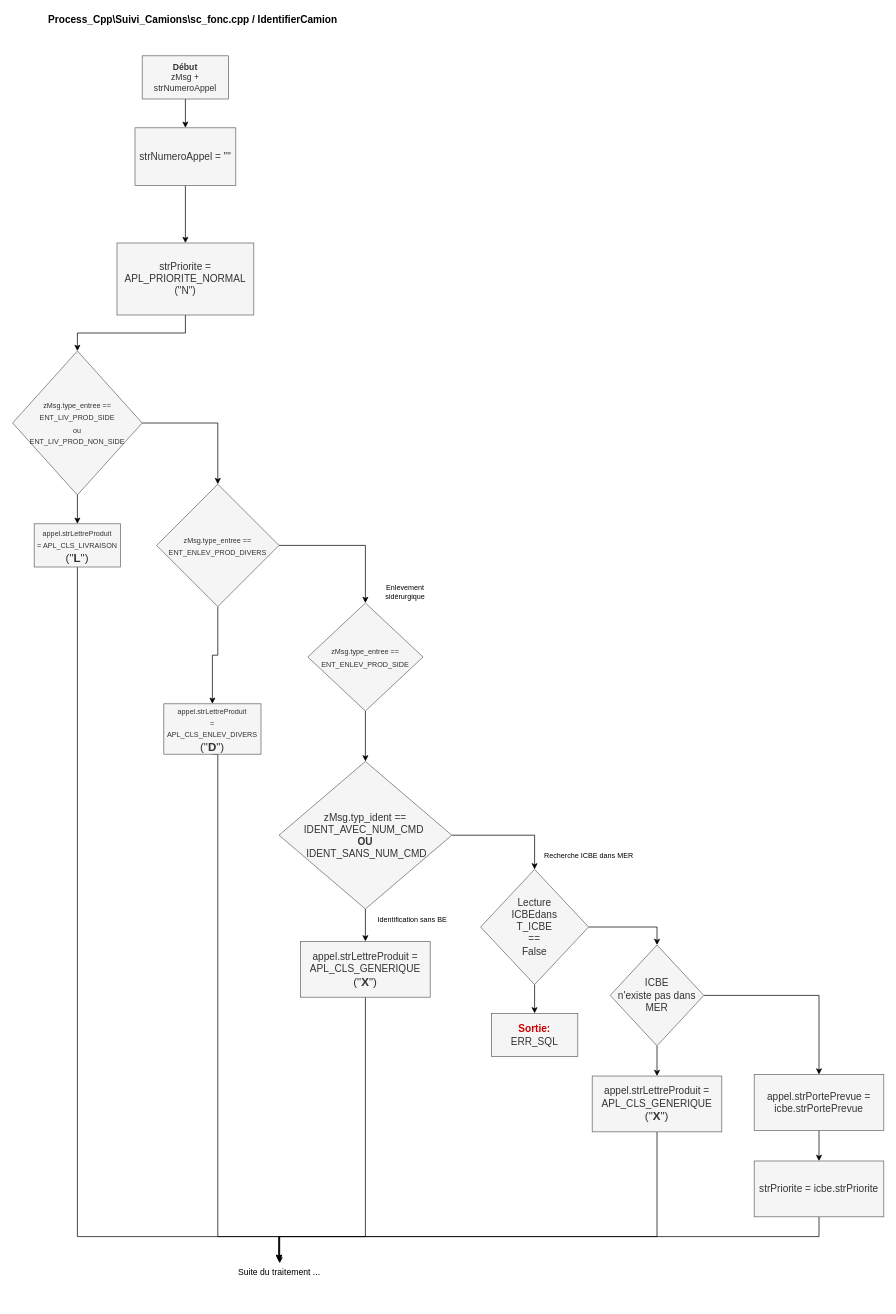
Before: MER_sc_fonc_identifierCamion_enlev_sider.drawio in wu1f72514/arcGraphs, a draw.io diagram. Source tidied: cells renumbered, new cells numbered last; positions are measured from the earlier drawing's top-left corner, leaving out a move shared by most shapes. Both pictures are drawn from the tidied source at 72%, with x=0, y=0 at pixel (12, 12).
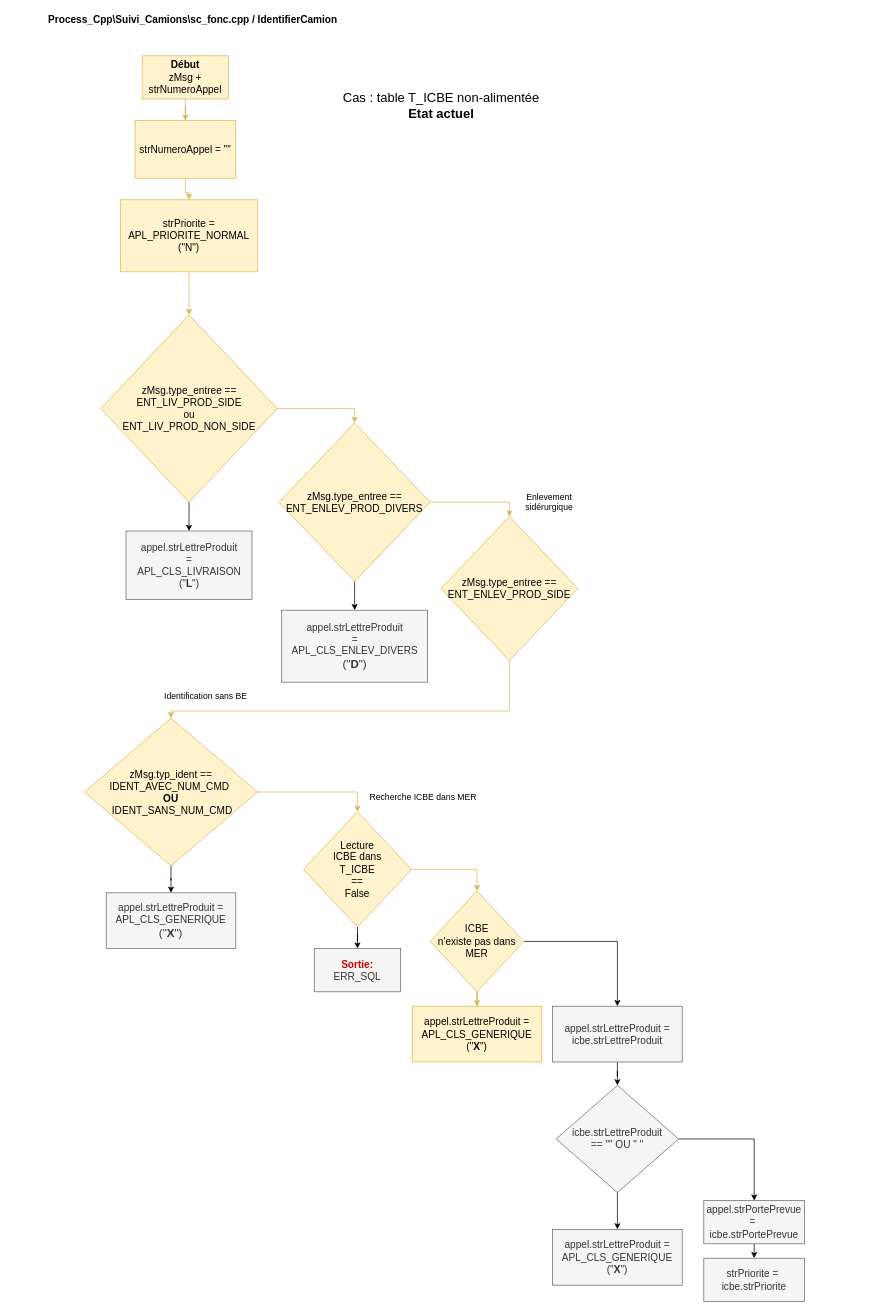
The same diagram, later.

Change to the diagram source:
```diff
@@
-    <mxCell id="2" style="edgeStyle=orthogonalEdgeStyle;rounded=0;jettySize=auto;html=1;exitX=0.5;exitY=1;exitDx=0;exitDy=0;fontSize=14;" parent="1" edge="1" source="3" target="6">
+    <mxCell id="2" style="edgeStyle=orthogonalEdgeStyle;rounded=0;jettySize=auto;html=1;exitX=0.5;exitY=1;exitDx=0;exitDy=0;fontSize=14;fillColor=#fff2cc;strokeColor=#d6b656;" parent="1" edge="1" source="3" target="6">
       <mxGeometry relative="1" as="geometry" />
     </mxCell>
-    <mxCell id="3" value="&lt;b&gt;Début&lt;/b&gt;&lt;br&gt;zMsg + strNumeroAppel" style="rounded=0;whiteSpace=wrap;html=1;fillColor=#f5f5f5;fontColor=#333333;strokeColor=#666666;" parent="1" vertex="1">
+    <mxCell id="3" value="&lt;font style=&quot;font-size: 14px&quot;&gt;&lt;b&gt;Début&lt;/b&gt;&lt;br&gt;zMsg + strNumeroAppel&lt;/font&gt;" style="rounded=0;whiteSpace=wrap;html=1;fillColor=#fff2cc;strokeColor=#d6b656;" parent="1" vertex="1">
       <mxGeometry x="180" y="60" width="120" height="60" as="geometry" />
     </mxCell>
@@
-    <mxCell id="5" style="edgeStyle=orthogonalEdgeStyle;rounded=0;jettySize=auto;html=1;fontSize=14;" parent="1" edge="1" source="6" target="8">
+    <mxCell id="5" style="edgeStyle=orthogonalEdgeStyle;rounded=0;jettySize=auto;html=1;fontSize=14;fillColor=#fff2cc;strokeColor=#d6b656;" parent="1" edge="1" source="6" target="8">
       <mxGeometry relative="1" as="geometry" />
     </mxCell>
-    <mxCell id="6" value="strNumeroAppel = &quot;&quot;" style="rounded=0;whiteSpace=wrap;html=1;fontSize=14;fillColor=#f5f5f5;fontColor=#333333;strokeColor=#666666;" parent="1" vertex="1">
-      <mxGeometry x="170" y="160" width="140" height="80" as="geometry" />
+    <mxCell id="6" value="strNumeroAppel = &quot;&quot;" style="rounded=0;whiteSpace=wrap;html=1;fontSize=14;fillColor=#fff2cc;strokeColor=#d6b656;" parent="1" vertex="1">
+      <mxGeometry x="170" y="150" width="140" height="80" as="geometry" />
     </mxCell>
-    <mxCell id="7" style="edgeStyle=orthogonalEdgeStyle;rounded=0;jettySize=auto;html=1;fontSize=14;" parent="1" edge="1" source="8" target="11">
+    <mxCell id="7" style="edgeStyle=orthogonalEdgeStyle;rounded=0;jettySize=auto;html=1;fontSize=14;fillColor=#fff2cc;strokeColor=#d6b656;" parent="1" edge="1" source="8" target="11">
       <mxGeometry relative="1" as="geometry" />
     </mxCell>
-    <mxCell id="8" value="strPriorite = APL_PRIORITE_NORMAL (&quot;N&quot;)" style="rounded=0;whiteSpace=wrap;html=1;fontSize=14;fillColor=#f5f5f5;fontColor=#333333;strokeColor=#666666;" parent="1" vertex="1">
-      <mxGeometry x="145" y="320" width="190" height="100" as="geometry" />
+    <mxCell id="8" value="strPriorite = APL_PRIORITE_NORMAL (&quot;N&quot;)" style="rounded=0;whiteSpace=wrap;html=1;fontSize=14;fillColor=#fff2cc;strokeColor=#d6b656;" parent="1" vertex="1">
+      <mxGeometry x="150" y="260" width="190" height="100" as="geometry" />
     </mxCell>
-    <mxCell id="9" style="edgeStyle=orthogonalEdgeStyle;rounded=0;jettySize=auto;html=1;exitX=1;exitY=0.5;exitDx=0;exitDy=0;entryX=0.5;entryY=0;entryDx=0;entryDy=0;fontSize=10;" parent="1" edge="1" source="11" target="14">
+    <mxCell id="9" style="edgeStyle=orthogonalEdgeStyle;rounded=0;jettySize=auto;html=1;exitX=1;exitY=0.5;exitDx=0;exitDy=0;entryX=0.5;entryY=0;entryDx=0;entryDy=0;fontSize=10;fillColor=#fff2cc;strokeColor=#d6b656;" parent="1" edge="1" source="11" target="14">
       <mxGeometry relative="1" as="geometry" />
     </mxCell>
-    <mxCell id="10" style="edgeStyle=orthogonalEdgeStyle;rounded=0;jettySize=auto;html=1;fontSize=10;" parent="1" edge="1" source="11" target="16">
+    <mxCell id="10" style="edgeStyle=orthogonalEdgeStyle;rounded=0;jettySize=auto;html=1;exitX=0.5;exitY=1;exitDx=0;exitDy=0;fontSize=14;" parent="1" edge="1" source="11" target="16">
       <mxGeometry relative="1" as="geometry" />
     </mxCell>
-    <mxCell id="11" value="&lt;font style=&quot;font-size: 10px&quot;&gt;zMsg.type_entree == ENT_LIV_PROD_SIDE&lt;br&gt;ou &lt;br&gt;ENT_LIV_PROD_NON_SIDE&lt;/font&gt;" style="rhombus;whiteSpace=wrap;html=1;rounded=0;fontSize=14;fontColor=#333333;strokeColor=#666666;fillColor=#f5f5f5;" parent="1" vertex="1">
-      <mxGeometry y="470" width="180" height="200" as="geometry" />
+    <mxCell id="11" value="&lt;font style=&quot;font-size: 14px&quot;&gt;zMsg.type_entree == ENT_LIV_PROD_SIDE&lt;br&gt;ou &lt;br&gt;ENT_LIV_PROD_NON_SIDE&lt;/font&gt;" style="rhombus;whiteSpace=wrap;html=1;rounded=0;fontSize=14;strokeColor=#d6b656;fillColor=#fff2cc;" parent="1" vertex="1">
+      <mxGeometry x="122.5" y="420" width="245" height="260" as="geometry" />
     </mxCell>
@@
-    <mxCell id="13" style="edgeStyle=orthogonalEdgeStyle;rounded=0;jettySize=auto;html=1;exitX=1;exitY=0.5;exitDx=0;exitDy=0;entryX=0.5;entryY=0;entryDx=0;entryDy=0;fontSize=10;" parent="1" edge="1" source="14" target="20">
+    <mxCell id="13" style="edgeStyle=orthogonalEdgeStyle;rounded=0;jettySize=auto;html=1;exitX=1;exitY=0.5;exitDx=0;exitDy=0;entryX=0.5;entryY=0;entryDx=0;entryDy=0;fontSize=10;fillColor=#fff2cc;strokeColor=#d6b656;" parent="1" edge="1" source="14" target="20">
       <mxGeometry relative="1" as="geometry" />
     </mxCell>
-    <mxCell id="14" value="&lt;span style=&quot;font-size: 10px&quot;&gt;zMsg.type_entree == ENT_ENLEV_PROD_DIVERS&lt;/span&gt;" style="rhombus;whiteSpace=wrap;html=1;rounded=0;fontSize=14;fontColor=#333333;strokeColor=#666666;fillColor=#f5f5f5;" parent="1" vertex="1">
-      <mxGeometry x="200" y="655" width="170" height="170" as="geometry" />
+    <mxCell id="14" value="&lt;font style=&quot;font-size: 14px&quot;&gt;zMsg.type_entree == ENT_ENLEV_PROD_DIVERS&lt;/font&gt;" style="rhombus;whiteSpace=wrap;html=1;rounded=0;fontSize=14;strokeColor=#d6b656;fillColor=#fff2cc;" parent="1" vertex="1">
+      <mxGeometry x="370" y="570" width="210" height="220" as="geometry" />
     </mxCell>
-    <mxCell id="15" style="edgeStyle=orthogonalEdgeStyle;rounded=0;jettySize=auto;html=1;exitX=0.5;exitY=1;exitDx=0;exitDy=0;fontSize=10;fontColor=#CC0000;" parent="1" edge="1" source="16">
-      <mxGeometry relative="1" as="geometry">
-        <mxPoint x="370" y="1734" as="targetPoint" />
-        <Array as="points">
-          <mxPoint x="90" y="1700" />
-          <mxPoint x="370" y="1700" />
-        </Array>
-      </mxGeometry>
-    </mxCell>
-    <mxCell id="16" value="&lt;font&gt;&lt;span style=&quot;font-size: 10px&quot;&gt;appel.strLettreProduit&lt;/span&gt;&lt;br&gt;&lt;span style=&quot;font-size: 10px&quot;&gt;= APL_CLS_LIVRAISON&lt;/span&gt;&lt;br&gt;&lt;font style=&quot;font-size: 16px&quot;&gt;(&quot;&lt;b&gt;L&lt;/b&gt;&quot;)&lt;/font&gt;&lt;/font&gt;" style="whiteSpace=wrap;html=1;rounded=0;fontSize=14;fontColor=#333333;strokeColor=#666666;fillColor=#f5f5f5;" parent="1" vertex="1">
-      <mxGeometry x="30" y="710" width="120" height="60" as="geometry" />
+    <mxCell id="16" value="&lt;font style=&quot;font-size: 14px&quot;&gt;&lt;span&gt;appel.strLettreProduit&lt;/span&gt;&lt;br&gt;&lt;span&gt;= &lt;br&gt;APL_CLS_LIVRAISON&lt;/span&gt;&lt;br&gt;&lt;font style=&quot;font-size: 14px&quot;&gt;(&quot;&lt;b&gt;L&lt;/b&gt;&quot;)&lt;/font&gt;&lt;/font&gt;" style="whiteSpace=wrap;html=1;rounded=0;fontSize=14;fontColor=#333333;strokeColor=#666666;fillColor=#f5f5f5;" parent="1" vertex="1">
+      <mxGeometry x="157.5" y="720" width="175" height="95" as="geometry" />
     </mxCell>
-    <mxCell id="17" style="edgeStyle=orthogonalEdgeStyle;rounded=0;jettySize=auto;html=1;exitX=0.5;exitY=1;exitDx=0;exitDy=0;entryX=0.5;entryY=0;entryDx=0;entryDy=0;fontSize=10;fontColor=#CC0000;" parent="1" edge="1" source="18">
-      <mxGeometry relative="1" as="geometry">
-        <mxPoint x="370" y="1734" as="targetPoint" />
-        <Array as="points">
-          <mxPoint x="285" y="1700" />
-          <mxPoint x="370" y="1700" />
-        </Array>
-      </mxGeometry>
-    </mxCell>
-    <mxCell id="18" value="&lt;span style=&quot;font-size: 10px&quot;&gt;appel.strLettreProduit&lt;/span&gt;&lt;br style=&quot;font-size: 10px&quot;&gt;&lt;span style=&quot;font-size: 10px&quot;&gt;= APL_CLS_ENLEV_DIVERS&lt;/span&gt;&lt;br style=&quot;font-size: 10px&quot;&gt;&lt;font style=&quot;font-size: 16px&quot;&gt;(&quot;&lt;b&gt;D&lt;/b&gt;&quot;)&lt;/font&gt;" style="whiteSpace=wrap;html=1;rounded=0;fontSize=14;fontColor=#333333;strokeColor=#666666;fillColor=#f5f5f5;" parent="1" vertex="1">
-      <mxGeometry x="210" y="960" width="135" height="70" as="geometry" />
+    <mxCell id="18" value="&lt;font style=&quot;font-size: 14px&quot;&gt;appel.strLettreProduit&lt;br&gt;= &lt;br&gt;APL_CLS_ENLEV_DIVERS&lt;/font&gt;&lt;br style=&quot;font-size: 10px&quot;&gt;&lt;font style=&quot;font-size: 16px&quot;&gt;(&quot;&lt;b&gt;D&lt;/b&gt;&quot;)&lt;/font&gt;" style="whiteSpace=wrap;html=1;rounded=0;fontSize=14;fontColor=#333333;strokeColor=#666666;fillColor=#f5f5f5;" parent="1" vertex="1">
+      <mxGeometry x="373.8" y="830" width="202.5" height="100" as="geometry" />
     </mxCell>
-    <mxCell id="19" style="edgeStyle=orthogonalEdgeStyle;rounded=0;jettySize=auto;html=1;fontSize=10;" parent="1" edge="1" source="20" target="23">
-      <mxGeometry relative="1" as="geometry" />
+    <mxCell id="19" style="edgeStyle=orthogonalEdgeStyle;rounded=0;jettySize=auto;html=1;fontSize=10;fillColor=#fff2cc;strokeColor=#d6b656;" parent="1" edge="1" source="20" target="23">
+      <mxGeometry relative="1" as="geometry">
+        <Array as="points">
+          <mxPoint x="690" y="970" />
+          <mxPoint x="220" y="970" />
+        </Array>
+      </mxGeometry>
     </mxCell>
-    <mxCell id="20" value="&lt;span style=&quot;font-size: 10px&quot;&gt;zMsg.type_entree == ENT_ENLEV_PROD_SIDE&lt;br&gt;&lt;/span&gt;" style="rhombus;whiteSpace=wrap;html=1;rounded=0;fontSize=14;fontColor=#333333;strokeColor=#666666;fillColor=#f5f5f5;" parent="1" vertex="1">
-      <mxGeometry x="410" y="820" width="160" height="150" as="geometry" />
+    <mxCell id="20" value="&lt;font style=&quot;font-size: 14px&quot;&gt;zMsg.type_entree == ENT_ENLEV_PROD_SIDE&lt;/font&gt;" style="rhombus;whiteSpace=wrap;html=1;rounded=0;fontSize=14;strokeColor=#d6b656;fillColor=#fff2cc;" parent="1" vertex="1">
+      <mxGeometry x="595" y="700" width="190" height="200" as="geometry" />
     </mxCell>
@@
-    <mxCell id="22" style="edgeStyle=orthogonalEdgeStyle;rounded=0;jettySize=auto;html=1;exitX=1;exitY=0.5;exitDx=0;exitDy=0;entryX=0.5;entryY=0;entryDx=0;entryDy=0;fontSize=10;" parent="1" edge="1" source="23" target="30">
+    <mxCell id="22" style="edgeStyle=orthogonalEdgeStyle;rounded=0;jettySize=auto;html=1;exitX=1;exitY=0.5;exitDx=0;exitDy=0;entryX=0.5;entryY=0;entryDx=0;entryDy=0;fontSize=10;fillColor=#fff2cc;strokeColor=#d6b656;" parent="1" edge="1" source="23" target="30">
       <mxGeometry relative="1" as="geometry" />
     </mxCell>
-    <mxCell id="23" value="zMsg.typ_ident == IDENT_AVEC_NUM_CMD&amp;nbsp;&lt;br&gt;&lt;b&gt;OU&lt;/b&gt;&lt;br&gt;&amp;nbsp;IDENT_SANS_NUM_CMD" style="rhombus;whiteSpace=wrap;html=1;rounded=0;fontSize=14;fontColor=#333333;strokeColor=#666666;fillColor=#f5f5f5;" parent="1" vertex="1">
-      <mxGeometry x="370" y="1040" width="240" height="205" as="geometry" />
+    <mxCell id="23" value="zMsg.typ_ident == IDENT_AVEC_NUM_CMD&amp;nbsp;&lt;br&gt;&lt;b&gt;OU&lt;/b&gt;&lt;br&gt;&amp;nbsp;IDENT_SANS_NUM_CMD" style="rhombus;whiteSpace=wrap;html=1;rounded=0;fontSize=14;strokeColor=#d6b656;fillColor=#fff2cc;" parent="1" vertex="1">
+      <mxGeometry x="100" y="980" width="240" height="205" as="geometry" />
     </mxCell>
-    <mxCell id="24" style="edgeStyle=orthogonalEdgeStyle;rounded=0;jettySize=auto;html=1;exitX=0.5;exitY=1;exitDx=0;exitDy=0;entryX=0.5;entryY=0;entryDx=0;entryDy=0;fontSize=10;fontColor=#CC0000;" parent="1" edge="1" source="25">
-      <mxGeometry relative="1" as="geometry">
-        <mxPoint x="370" y="1734" as="targetPoint" />
-        <Array as="points">
-          <mxPoint x="490" y="1700" />
-          <mxPoint x="370" y="1700" />
-        </Array>
-      </mxGeometry>
-    </mxCell>
     <mxCell id="25" value="appel.strLettreProduit = APL_CLS_GENERIQUE&lt;br&gt;&lt;font style=&quot;font-size: 16px&quot;&gt;(&quot;&lt;b&gt;X&lt;/b&gt;&quot;)&lt;/font&gt;" style="whiteSpace=wrap;html=1;rounded=0;fontSize=14;fontColor=#333333;strokeColor=#666666;fillColor=#f5f5f5;" parent="1" vertex="1">
-      <mxGeometry x="400" y="1290" width="180" height="77.5" as="geometry" />
+      <mxGeometry x="130" y="1222.5" width="180" height="77.5" as="geometry" />
     </mxCell>
-    <mxCell id="26" value="Enlevement &lt;br&gt;sidérurgique" style="text;html=1;align=center;verticalAlign=middle;strokeColor=none;fillColor=none;fontSize=10;" parent="1" vertex="1">
-      <mxGeometry x="510" y="790" width="70" height="30" as="geometry" />
+    <mxCell id="26" value="&lt;font style=&quot;font-size: 12px&quot;&gt;Enlevement &lt;br&gt;sidérurgique&lt;/font&gt;" style="text;html=1;align=center;verticalAlign=middle;strokeColor=none;fillColor=none;fontSize=10;" parent="1" vertex="1">
+      <mxGeometry x="705" y="665" width="80" height="30" as="geometry" />
     </mxCell>
-    <mxCell id="27" value="Identification sans BE" style="text;html=1;align=center;verticalAlign=middle;strokeColor=none;fillColor=none;fontSize=10;" parent="1" vertex="1">
-      <mxGeometry x="500" y="1250" width="110" height="20" as="geometry" />
+    <mxCell id="27" value="&lt;font style=&quot;font-size: 12px&quot;&gt;Identification sans BE&lt;/font&gt;" style="text;html=1;align=center;verticalAlign=middle;strokeColor=none;fillColor=none;fontSize=10;" parent="1" vertex="1">
+      <mxGeometry x="202.5" y="940" width="130" height="20" as="geometry" />
     </mxCell>
@@
-    <mxCell id="29" style="edgeStyle=orthogonalEdgeStyle;rounded=0;jettySize=auto;html=1;exitX=1;exitY=0.5;exitDx=0;exitDy=0;entryX=0.5;entryY=0;entryDx=0;entryDy=0;fontSize=10;fontColor=#CC0000;" parent="1" edge="1" source="30" target="35">
+    <mxCell id="29" style="edgeStyle=orthogonalEdgeStyle;rounded=0;jettySize=auto;html=1;exitX=1;exitY=0.5;exitDx=0;exitDy=0;entryX=0.5;entryY=0;entryDx=0;entryDy=0;fontSize=10;fontColor=#CC0000;fillColor=#fff2cc;strokeColor=#d6b656;" parent="1" edge="1" source="30" target="35">
       <mxGeometry relative="1" as="geometry" />
     </mxCell>
-    <mxCell id="30" value="Lecture &lt;br&gt;ICBEdans &lt;br&gt;T_ICBE&lt;br&gt;==&lt;br&gt;False&lt;br&gt;" style="rhombus;whiteSpace=wrap;html=1;rounded=0;fontSize=14;fontColor=#333333;strokeColor=#666666;fillColor=#f5f5f5;" parent="1" vertex="1">
-      <mxGeometry x="650" y="1190" width="150" height="160" as="geometry" />
+    <mxCell id="30" value="Lecture &lt;br&gt;ICBE dans &lt;br&gt;T_ICBE&lt;br&gt;==&lt;br&gt;False" style="rhombus;whiteSpace=wrap;html=1;rounded=0;fontSize=14;strokeColor=#d6b656;fillColor=#fff2cc;" parent="1" vertex="1">
+      <mxGeometry x="404" y="1110" width="150" height="160" as="geometry" />
     </mxCell>
-    <mxCell id="31" value="Recherche ICBE dans MER" style="text;html=1;align=center;verticalAlign=middle;strokeColor=none;fillColor=none;fontSize=10;" parent="1" vertex="1">
-      <mxGeometry x="730" y="1160" width="140" height="20" as="geometry" />
+    <mxCell id="31" value="&lt;font style=&quot;font-size: 12px&quot;&gt;Recherche ICBE dans MER&lt;/font&gt;" style="text;html=1;align=center;verticalAlign=middle;strokeColor=none;fillColor=none;fontSize=10;" parent="1" vertex="1">
+      <mxGeometry x="490" y="1080" width="160" height="20" as="geometry" />
     </mxCell>
     <mxCell id="32" value="&lt;b&gt;&lt;font color=&quot;#cc0000&quot;&gt;Sortie:&lt;/font&gt;&lt;/b&gt;&lt;br&gt;ERR_SQL" style="whiteSpace=wrap;html=1;rounded=0;fontSize=14;fontColor=#333333;strokeColor=#666666;fillColor=#f5f5f5;" parent="1" vertex="1">
-      <mxGeometry x="665" y="1390" width="120" height="60" as="geometry" />
+      <mxGeometry x="419" y="1300" width="120" height="60" as="geometry" />
     </mxCell>
@@
-    <mxCell id="34" style="edgeStyle=orthogonalEdgeStyle;rounded=0;jettySize=auto;html=1;exitX=0.5;exitY=1;exitDx=0;exitDy=0;fontSize=10;fontColor=#CC0000;" parent="1" edge="1" source="35" target="37">
+    <mxCell id="34" style="edgeStyle=orthogonalEdgeStyle;rounded=0;jettySize=auto;html=1;exitX=0.5;exitY=1;exitDx=0;exitDy=0;fontSize=10;fontColor=#CC0000;fillColor=#fff2cc;strokeColor=#d6b656;" parent="1" edge="1" source="35" target="37">
       <mxGeometry relative="1" as="geometry" />
     </mxCell>
-    <mxCell id="35" value="ICBE &lt;br&gt;n'existe pas dans &lt;br&gt;MER" style="rhombus;whiteSpace=wrap;html=1;rounded=0;fontSize=14;fontColor=#333333;strokeColor=#666666;fillColor=#f5f5f5;" parent="1" vertex="1">
-      <mxGeometry x="830" y="1295" width="130" height="140" as="geometry" />
+    <mxCell id="35" value="ICBE &lt;br&gt;n'existe pas dans &lt;br&gt;MER" style="rhombus;whiteSpace=wrap;html=1;rounded=0;fontSize=14;strokeColor=#d6b656;fillColor=#fff2cc;" parent="1" vertex="1">
+      <mxGeometry x="580" y="1220" width="130" height="140" as="geometry" />
     </mxCell>
-    <mxCell id="36" style="edgeStyle=orthogonalEdgeStyle;rounded=0;jettySize=auto;html=1;exitX=0.5;exitY=1;exitDx=0;exitDy=0;entryX=0.5;entryY=0;entryDx=0;entryDy=0;fontSize=10;fontColor=#CC0000;" parent="1" edge="1" source="37">
-      <mxGeometry relative="1" as="geometry">
-        <mxPoint x="370" y="1734" as="targetPoint" />
-        <Array as="points">
-          <mxPoint x="895" y="1700" />
-          <mxPoint x="370" y="1700" />
-        </Array>
-      </mxGeometry>
-    </mxCell>
-    <mxCell id="37" value="appel.strLettreProduit = APL_CLS_GENERIQUE&lt;br&gt;&lt;span style=&quot;font-size: 16px&quot;&gt;(&quot;&lt;/span&gt;&lt;b style=&quot;font-size: 16px&quot;&gt;X&lt;/b&gt;&lt;span style=&quot;font-size: 16px&quot;&gt;&quot;)&lt;/span&gt;" style="whiteSpace=wrap;html=1;rounded=0;fontSize=14;fontColor=#333333;strokeColor=#666666;fillColor=#f5f5f5;" parent="1" vertex="1">
-      <mxGeometry x="805" y="1477" width="180" height="77.5" as="geometry" />
+    <mxCell id="37" value="&lt;font style=&quot;font-size: 14px&quot;&gt;appel.strLettreProduit = APL_CLS_GENERIQUE&lt;br&gt;(&quot;&lt;b&gt;X&lt;/b&gt;&quot;)&lt;/font&gt;" style="whiteSpace=wrap;html=1;rounded=0;fontSize=14;strokeColor=#d6b656;fillColor=#fff2cc;" parent="1" vertex="1">
+      <mxGeometry x="555" y="1380" width="180" height="77.5" as="geometry" />
     </mxCell>
-    <mxCell id="38" style="edgeStyle=orthogonalEdgeStyle;rounded=0;jettySize=auto;html=1;exitX=0.5;exitY=1;exitDx=0;exitDy=0;fontSize=10;fontColor=#CC0000;" parent="1" edge="1" source="39" target="41">
-      <mxGeometry relative="1" as="geometry" />
-    </mxCell>
+    <mxCell id="43" style="edgeStyle=orthogonalEdgeStyle;rounded=0;jettySize=auto;html=1;fontSize=16;" parent="1" edge="1" source="39" target="46">
+      <mxGeometry relative="1" as="geometry" />
+    </mxCell>
-    <mxCell id="39" value="appel.strPortePrevue = icbe.strPortePrevue" style="whiteSpace=wrap;html=1;rounded=0;fontSize=14;fontColor=#333333;strokeColor=#666666;fillColor=#f5f5f5;" parent="1" vertex="1">
-      <mxGeometry x="1030" y="1475" width="180" height="77.5" as="geometry" />
+    <mxCell id="39" value="appel.strLettreProduit = icbe.strLettreProduit" style="whiteSpace=wrap;html=1;rounded=0;fontSize=14;fontColor=#333333;strokeColor=#666666;fillColor=#f5f5f5;" parent="1" vertex="1">
+      <mxGeometry x="750" y="1380" width="180" height="77.5" as="geometry" />
     </mxCell>
-    <mxCell id="40" style="edgeStyle=orthogonalEdgeStyle;rounded=0;jettySize=auto;html=1;exitX=0.5;exitY=1;exitDx=0;exitDy=0;entryX=0.508;entryY=-0.15;entryDx=0;entryDy=0;entryPerimeter=0;" parent="1" edge="1" source="41" target="42">
-      <mxGeometry relative="1" as="geometry">
-        <Array as="points">
-          <mxPoint x="1120" y="1700" />
-          <mxPoint x="371" y="1700" />
-        </Array>
-      </mxGeometry>
-    </mxCell>
+    <mxCell id="44" style="edgeStyle=orthogonalEdgeStyle;rounded=0;jettySize=auto;html=1;exitX=0.5;exitY=1;exitDx=0;exitDy=0;fontSize=16;" parent="1" edge="1" source="46" target="47">
+      <mxGeometry relative="1" as="geometry" />
+    </mxCell>
+    <mxCell id="45" style="edgeStyle=orthogonalEdgeStyle;rounded=0;jettySize=auto;html=1;exitX=1;exitY=0.5;exitDx=0;exitDy=0;fontSize=16;" parent="1" edge="1" source="46" target="49">
+      <mxGeometry relative="1" as="geometry" />
+    </mxCell>
+    <mxCell id="46" value="&lt;span&gt;icbe.strLettreProduit &lt;br&gt;== &quot;&quot; OU &quot; &quot;&lt;/span&gt;" style="rhombus;whiteSpace=wrap;html=1;rounded=0;fontSize=14;fontColor=#333333;strokeColor=#666666;fillColor=#f5f5f5;" parent="1" vertex="1">
+      <mxGeometry x="755" y="1490" width="170" height="148.8" as="geometry" />
+    </mxCell>
+    <mxCell id="47" value="&lt;font style=&quot;font-size: 14px&quot;&gt;appel.strLettreProduit = APL_CLS_GENERIQUE&lt;br&gt;(&quot;&lt;b&gt;X&lt;/b&gt;&quot;)&lt;/font&gt;" style="whiteSpace=wrap;html=1;rounded=0;fontSize=14;strokeColor=#666666;fillColor=#f5f5f5;fontColor=#333333;" parent="1" vertex="1">
+      <mxGeometry x="750" y="1690" width="180" height="77.5" as="geometry" />
+    </mxCell>
+    <mxCell id="48" style="edgeStyle=orthogonalEdgeStyle;rounded=0;jettySize=auto;html=1;exitX=0.5;exitY=1;exitDx=0;exitDy=0;entryX=0.5;entryY=0;entryDx=0;entryDy=0;fontSize=16;" parent="1" edge="1" source="49" target="41">
+      <mxGeometry relative="1" as="geometry" />
+    </mxCell>
+    <mxCell id="49" value="appel.strPortePrevue =&amp;nbsp; icbe.strPortePrevue" style="whiteSpace=wrap;html=1;rounded=0;fontSize=14;strokeColor=#666666;fillColor=#f5f5f5;fontColor=#333333;" parent="1" vertex="1">
+      <mxGeometry x="960" y="1650" width="140" height="60" as="geometry" />
+    </mxCell>
-    <mxCell id="41" value="strPriorite = icbe.strPriorite" style="whiteSpace=wrap;html=1;rounded=0;fontSize=14;fontColor=#333333;strokeColor=#666666;fillColor=#f5f5f5;" parent="1" vertex="1">
-      <mxGeometry x="1030" y="1595" width="180" height="77.5" as="geometry" />
+    <mxCell id="41" value="strPriorite =&amp;nbsp; icbe.strPriorite" style="whiteSpace=wrap;html=1;rounded=0;fontSize=14;strokeColor=#666666;fillColor=#f5f5f5;fontColor=#333333;" parent="1" vertex="1">
+      <mxGeometry x="960" y="1730" width="140" height="60" as="geometry" />
     </mxCell>
-    <mxCell id="42" value="Suite du traitement ..." style="text;html=1;align=center;verticalAlign=middle;points=[];strokeColor=none;fillColor=none;" parent="1" vertex="1">
-      <mxGeometry x="305" y="1740" width="130" height="20" as="geometry" />
-    </mxCell>
+    <mxCell id="50" value="&lt;font style=&quot;font-size: 18px&quot;&gt;Cas : table T_ICBE non-alimentée&lt;br&gt;&lt;b&gt;Etat actuel&lt;/b&gt;&lt;br&gt;&lt;/font&gt;" style="text;html=1;align=center;verticalAlign=middle;strokeColor=none;fillColor=none;fontSize=16;" parent="1" vertex="1">
+      <mxGeometry x="450" y="110" width="290" height="40" as="geometry" />
+    </mxCell>
```
